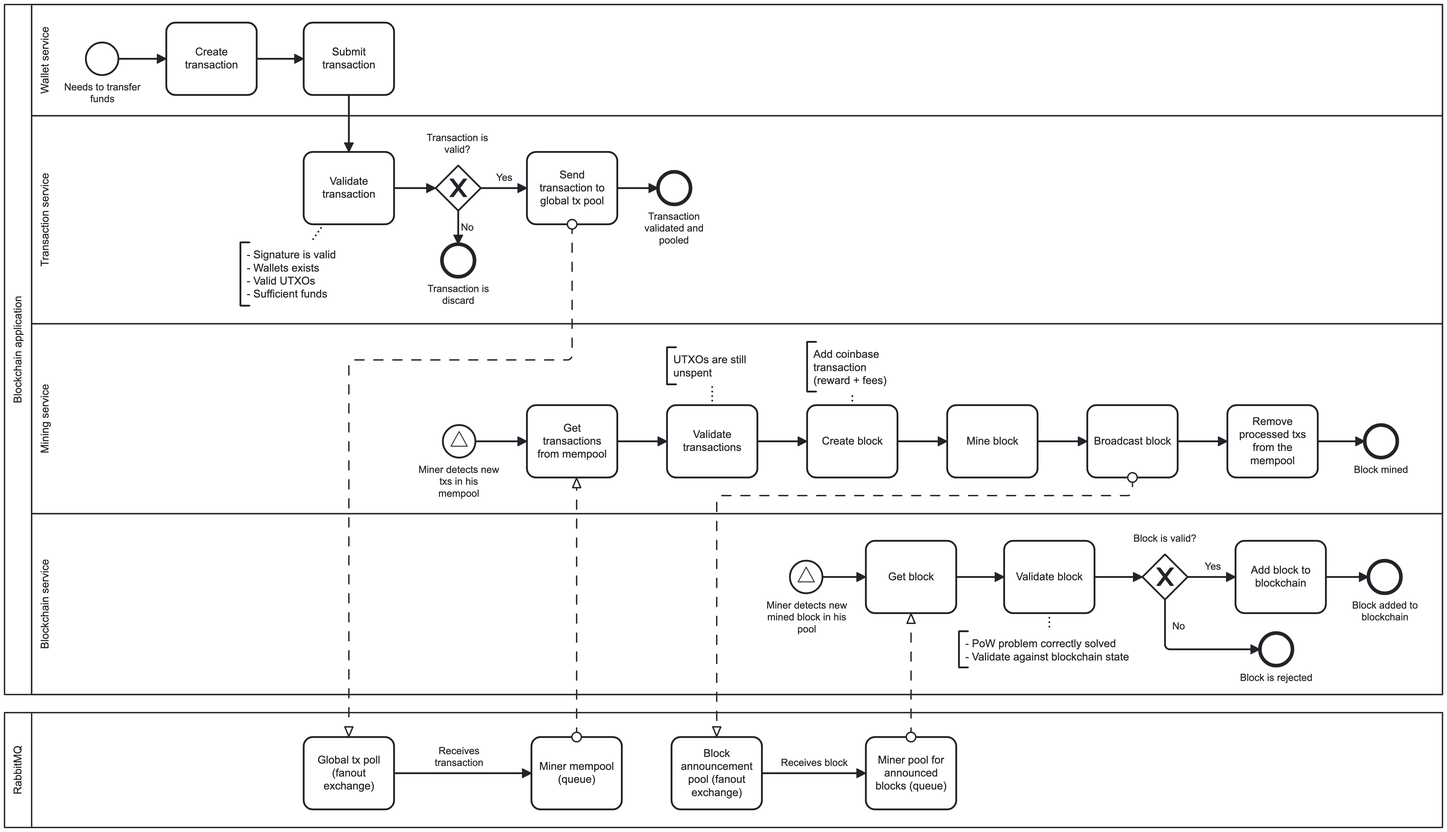
The BPMN diagram docs/process-flow.png in andrecaiado/nestjs-blockchain-txs, before a commit. Its source is kept beside it as docs/process-flow.bpmn. Ids are renumbered.
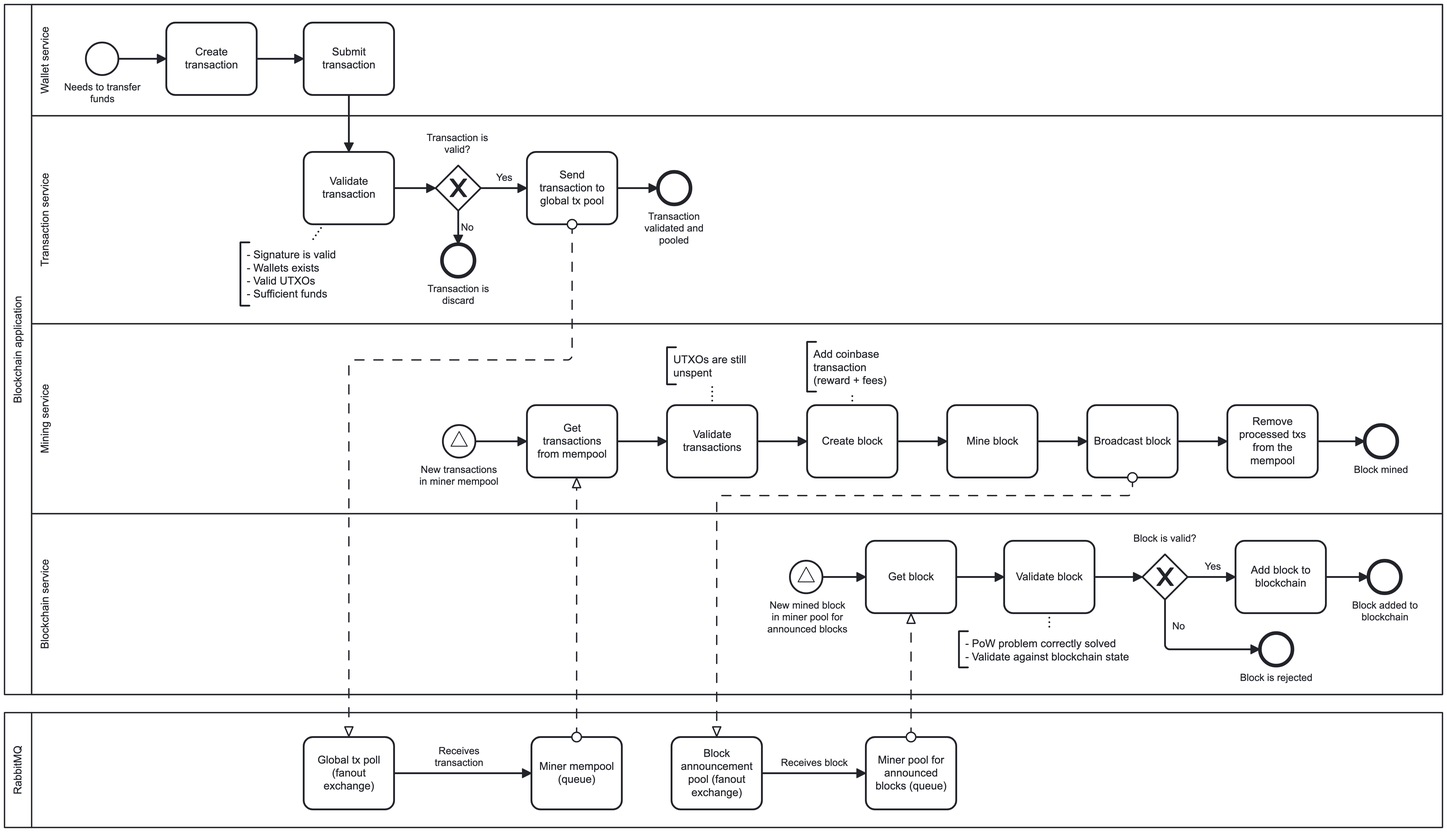
After the change.

Diff of the diagram source:
```diff
@@ -139,11 +139,11 @@
     <bpmn:endEvent id="Event_n43" name="Block mined">
       <bpmn:incoming>Flow_n63</bpmn:incoming>
     </bpmn:endEvent>
-    <bpmn:startEvent id="Event_n44" name="Miner detects new txs in his mempool">
+    <bpmn:startEvent id="Event_n44" name="New transactions in miner mempool">
       <bpmn:outgoing>Flow_n64</bpmn:outgoing>
       <bpmn:signalEventDefinition id="SignalEventDefinition_n71" />
     </bpmn:startEvent>
-    <bpmn:startEvent id="Event_n46" name="Miner detects new mined block in his pool">
+    <bpmn:startEvent id="Event_n46" name="New mined block in miner pool for announced blocks">
       <bpmn:outgoing>Flow_n65</bpmn:outgoing>
       <bpmn:signalEventDefinition id="SignalEventDefinition_n72" />
     </bpmn:startEvent>
@@ -193,20 +193,20 @@
         <dc:Bounds x="129" y="80" width="1591" height="763" />
         <bpmndi:BPMNLabel />
       </bpmndi:BPMNShape>
-      <bpmndi:BPMNShape id="Lane_n32_di" bpmnElement="Lane_n32" isHorizontal="true">
-        <dc:Bounds x="159" y="80" width="1561" height="123" />
+      <bpmndi:BPMNShape id="Lane_n45_di" bpmnElement="Lane_n45" isHorizontal="true">
+        <dc:Bounds x="159" y="643" width="1561" height="200" />
+        <bpmndi:BPMNLabel />
+      </bpmndi:BPMNShape>
+      <bpmndi:BPMNShape id="Lane_n40_di" bpmnElement="Lane_n40" isHorizontal="true">
+        <dc:Bounds x="159" y="433" width="1561" height="210" />
         <bpmndi:BPMNLabel />
       </bpmndi:BPMNShape>
       <bpmndi:BPMNShape id="Lane_n36_di" bpmnElement="Lane_n36" isHorizontal="true">
         <dc:Bounds x="159" y="203" width="1561" height="230" />
         <bpmndi:BPMNLabel />
       </bpmndi:BPMNShape>
-      <bpmndi:BPMNShape id="Lane_n40_di" bpmnElement="Lane_n40" isHorizontal="true">
-        <dc:Bounds x="159" y="433" width="1561" height="210" />
-        <bpmndi:BPMNLabel />
-      </bpmndi:BPMNShape>
-      <bpmndi:BPMNShape id="Lane_n45_di" bpmnElement="Lane_n45" isHorizontal="true">
-        <dc:Bounds x="159" y="643" width="1561" height="200" />
+      <bpmndi:BPMNShape id="Lane_n32_di" bpmnElement="Lane_n32" isHorizontal="true">
+        <dc:Bounds x="159" y="80" width="1561" height="123" />
         <bpmndi:BPMNLabel />
       </bpmndi:BPMNShape>
       <bpmndi:BPMNShape id="_BPMNShape_StartEvent_2" bpmnElement="StartEvent_1">
@@ -282,13 +282,13 @@
       <bpmndi:BPMNShape id="Event_11cgl82_di" bpmnElement="Event_n44">
         <dc:Bounds x="614" y="545" width="36" height="36" />
         <bpmndi:BPMNLabel>
-          <dc:Bounds x="587" y="588" width="90" height="40" />
+          <dc:Bounds x="588" y="588" width="88" height="27" />
         </bpmndi:BPMNLabel>
       </bpmndi:BPMNShape>
       <bpmndi:BPMNShape id="Event_0u2wamh_di" bpmnElement="Event_n46">
         <dc:Bounds x="998" y="695" width="36" height="36" />
         <bpmndi:BPMNLabel>
-          <dc:Bounds x="972" y="738" width="90" height="40" />
+          <dc:Bounds x="973" y="738" width="89" height="40" />
         </bpmndi:BPMNLabel>
       </bpmndi:BPMNShape>
       <bpmndi:BPMNShape id="Activity_n12_di" bpmnElement="Activity_n12">
@@ -448,6 +448,22 @@
           <dc:Bounds x="988" y="912" width="74" height="14" />
         </bpmndi:BPMNLabel>
       </bpmndi:BPMNEdge>
+      <bpmndi:BPMNShape id="TextAnnotation_n19_di" bpmnElement="TextAnnotation_n19">
+        <dc:Bounds x="390" y="343" width="160" height="70" />
+        <bpmndi:BPMNLabel />
+      </bpmndi:BPMNShape>
+      <bpmndi:BPMNShape id="TextAnnotation_n20_di" bpmnElement="TextAnnotation_n20">
+        <dc:Bounds x="862" y="459" width="100" height="41" />
+        <bpmndi:BPMNLabel />
+      </bpmndi:BPMNShape>
+      <bpmndi:BPMNShape id="TextAnnotation_n21_di" bpmnElement="TextAnnotation_n21">
+        <dc:Bounds x="1185" y="773" width="200" height="40" />
+        <bpmndi:BPMNLabel />
+      </bpmndi:BPMNShape>
+      <bpmndi:BPMNShape id="TextAnnotation_n22_di" bpmnElement="TextAnnotation_n22">
+        <dc:Bounds x="1017" y="453" width="100" height="55" />
+        <bpmndi:BPMNLabel />
+      </bpmndi:BPMNShape>
       <bpmndi:BPMNEdge id="Association_n23_di" bpmnElement="Association_n23">
         <di:waypoint x="482" y="323" />
         <di:waypoint x="468" y="343" />
@@ -464,42 +480,26 @@
         <di:waypoint x="1285" y="753" />
         <di:waypoint x="1285" y="773" />
       </bpmndi:BPMNEdge>
+      <bpmndi:BPMNEdge id="Flow_n7_di" bpmnElement="Flow_n7">
+        <di:waypoint x="1377" y="603" />
+        <di:waypoint x="1377" y="623" />
+        <di:waypoint x="917" y="623" />
+        <di:waypoint x="917" y="890" />
+      </bpmndi:BPMNEdge>
+      <bpmndi:BPMNEdge id="Flow_n10_di" bpmnElement="Flow_n10">
+        <di:waypoint x="1132" y="890" />
+        <di:waypoint x="1132" y="753" />
+      </bpmndi:BPMNEdge>
       <bpmndi:BPMNEdge id="Flow_n13_di" bpmnElement="Flow_n13">
         <di:waypoint x="757" y="323" />
         <di:waypoint x="757" y="473" />
         <di:waypoint x="510" y="473" />
         <di:waypoint x="510" y="890" />
       </bpmndi:BPMNEdge>
-      <bpmndi:BPMNEdge id="Flow_n7_di" bpmnElement="Flow_n7">
-        <di:waypoint x="1377" y="603" />
-        <di:waypoint x="1377" y="623" />
-        <di:waypoint x="917" y="623" />
-        <di:waypoint x="917" y="890" />
-      </bpmndi:BPMNEdge>
       <bpmndi:BPMNEdge id="Flow_n16_di" bpmnElement="Flow_n16">
         <di:waypoint x="762" y="890" />
         <di:waypoint x="762" y="603" />
       </bpmndi:BPMNEdge>
-      <bpmndi:BPMNEdge id="Flow_n10_di" bpmnElement="Flow_n10">
-        <di:waypoint x="1132" y="890" />
-        <di:waypoint x="1132" y="753" />
-      </bpmndi:BPMNEdge>
-      <bpmndi:BPMNShape id="TextAnnotation_n19_di" bpmnElement="TextAnnotation_n19">
-        <dc:Bounds x="390" y="343" width="160" height="70" />
-        <bpmndi:BPMNLabel />
-      </bpmndi:BPMNShape>
-      <bpmndi:BPMNShape id="TextAnnotation_n20_di" bpmnElement="TextAnnotation_n20">
-        <dc:Bounds x="862" y="459" width="100" height="41" />
-        <bpmndi:BPMNLabel />
-      </bpmndi:BPMNShape>
-      <bpmndi:BPMNShape id="TextAnnotation_n22_di" bpmnElement="TextAnnotation_n22">
-        <dc:Bounds x="1017" y="453" width="100" height="55" />
-        <bpmndi:BPMNLabel />
-      </bpmndi:BPMNShape>
-      <bpmndi:BPMNShape id="TextAnnotation_n21_di" bpmnElement="TextAnnotation_n21">
-        <dc:Bounds x="1185" y="773" width="200" height="40" />
-        <bpmndi:BPMNLabel />
-      </bpmndi:BPMNShape>
     </bpmndi:BPMNPlane>
   </bpmndi:BPMNDiagram>
 </bpmn:definitions>
```
